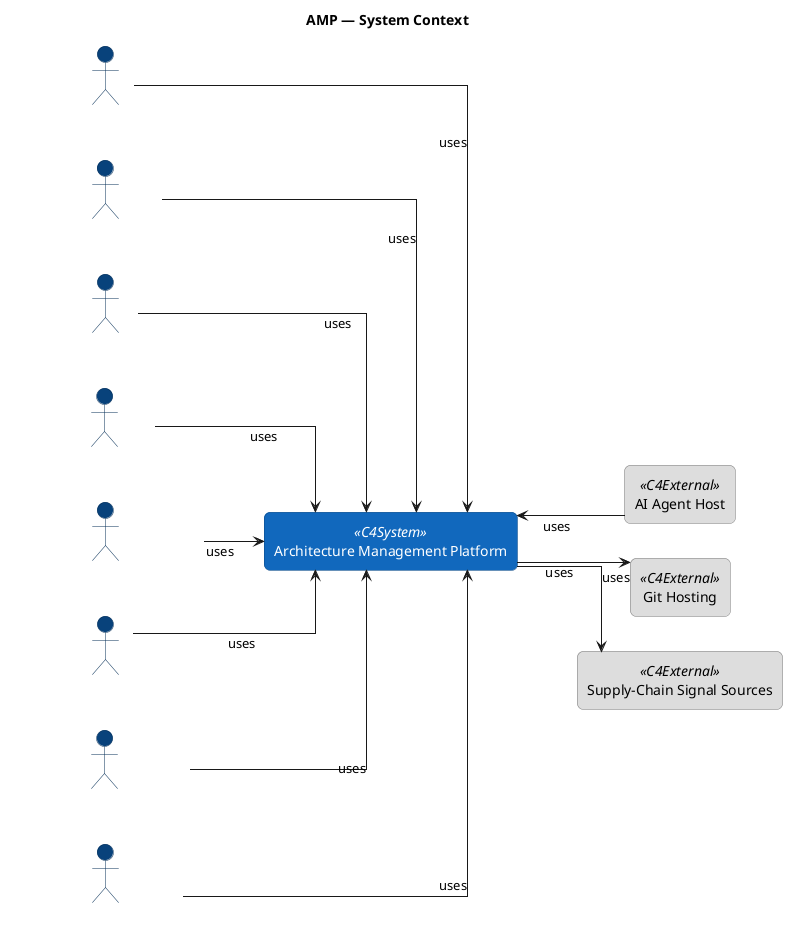
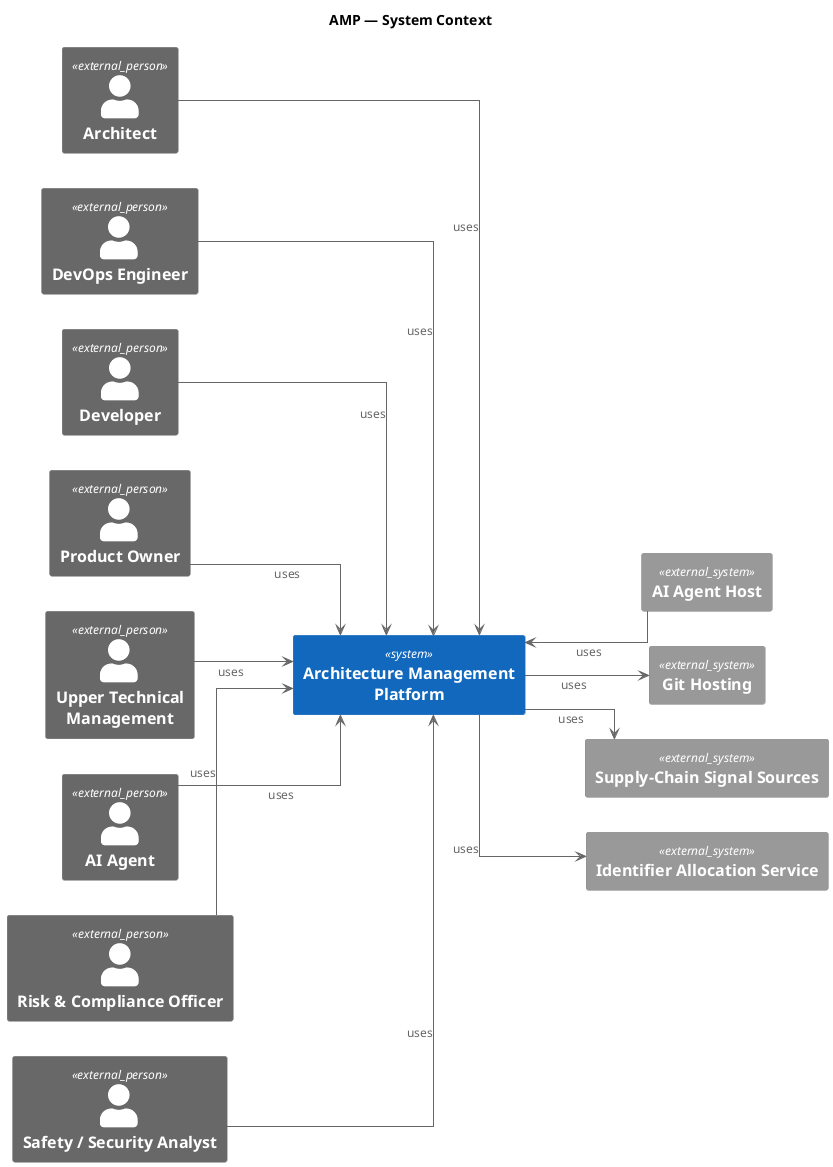
---
artifact-id: CSC@1780829783.z8RRON.amp-system-context
artifact-type: diagram
name: "AMP \u2014 System Context"
version: 0.1.0
status: draft
keywords:
- c4
- system-context
- amp
diagram-type: c4-system-context
entity-ids-used:
- ACT@1712870400.Nn7Oo7.architect
- ACT@1712870400.OLWiNc.devops-engineer
- ACT@1712870400.Pp8Qq8.developer
- ACT@1712870400.Rr9Ss9.product-owner
- ACT@1712870400.Ut1Vv1.upper-technical-management
- APP@1780783671.hkrdtm.architecture-management-platform
- APP@1780783991.v6AXNw.ai-agent-host
- APP@1780783992.Je9pmw.git-hosting
- APP@1780783993.JqIBPJ.supply-chain-signal-sources
- ROL@1776633082.udXPfB.ai-agent
- ROL@1780656241.abNYhO.risk-compliance-officer
- ROL@1780656241.yswDMB.safety-security-analyst
+ - APP@1781976554.AeU7V3.identifier-allocation-service
connection-ids-used:
- ACT@1712870400.Nn7Oo7.architect---APP@1776149382.lmO0mp.gui-authoring-tool@@archimate-association
- ACT@1712870400.OLWiNc.devops-engineer---APP@1712870400.kjC6ex.cli-tool@@archimate-association
- ACT@1712870400.Pp8Qq8.developer---APP@1712870400.kjC6ex.cli-tool@@archimate-association
- ACT@1712870400.Rr9Ss9.product-owner---APP@1776149382.lmO0mp.gui-authoring-tool@@archimate-association
- ACT@1712870400.Ut1Vv1.upper-technical-management---APP@1776149382.lmO0mp.gui-authoring-tool@@archimate-association
- APP@1780783991.v6AXNw.ai-agent-host---APP@1780783708.Ne0utf.architecture-mcp-read-bridge@@archimate-association
- APP@1780783991.v6AXNw.ai-agent-host---APP@1780783709.etTj9M.architecture-mcp-write-bridge@@archimate-association
- APP@1780783991.v6AXNw.ai-agent-host---APP@1780783710.iu_kKL.assurance-mcp-read-bridge@@archimate-association
- APP@1780783991.v6AXNw.ai-agent-host---APP@1780783711.js9xHR.assurance-mcp-write-bridge@@archimate-association
- APP@1780783992.Je9pmw.git-hosting---APP@1777293133.OYEmP1.architecture-backend@@archimate-serving
- APP@1780783992.Je9pmw.git-hosting---APP@1777293134.tY3JIK.git-sync-service@@archimate-serving
- APP@1780783993.JqIBPJ.supply-chain-signal-sources---APP@1777293133.OYEmP1.architecture-backend@@archimate-serving
- ROL@1776633082.udXPfB.ai-agent---APP@1780783708.Ne0utf.architecture-mcp-read-bridge@@archimate-association
- ROL@1780656241.abNYhO.risk-compliance-officer---APP@1780783710.iu_kKL.assurance-mcp-read-bridge@@archimate-association
- ROL@1780656241.yswDMB.safety-security-analyst---APP@1780783710.iu_kKL.assurance-mcp-read-bridge@@archimate-association
+ - APP@1780783993.JqIBPJ.supply-chain-signal-sources---APP@1780656431.e2zPs6.supply-chain-vulnerability-connector@@archimate-serving
+ - APP@1781976554.AeU7V3.identifier-allocation-service---APP@1776633697.SCKD2U.diagram-scaffolder@@archimate-serving
diagram-entities: {}
bindings:
- id: bind-scope
  subject:
    kind: diagram
  correspondence_kind: scoped-by
  target:
    entity_id: APP@1780783671.hkrdtm.architecture-management-platform
- last-updated: '2026-06-07'
+ last-updated: '2026-06-21'
---
@startuml amp---system-context
+ !include <C4/C4_Component>
left to right direction
skinparam shadowing false
skinparam linetype ortho
skinparam defaultTextAlignment center
skinparam wrapWidth 240
skinparam maxMessageSize 240
- skinparam rectangle {
-   RoundCorner 12
-   Padding 10
- }
- skinparam actor {
-   BackgroundColor #08427b
-   BorderColor #052e56
-   FontColor white
- }
- skinparam rectangle<<C4System>> {
-   BackgroundColor #1168bd
-   BorderColor #0b4884
-   FontColor white
- }
- skinparam rectangle<<C4Container>> {
-   BackgroundColor #438dd5
-   BorderColor #2f6da6
-   FontColor white
- }
- skinparam rectangle<<C4Component>> {
-   BackgroundColor #85bbf0
-   BorderColor #5e98c8
-   FontColor black
- }
- skinparam rectangle<<C4External>> {
-   BackgroundColor #dddddd
-   BorderColor #777777
-   FontColor black
- }

title AMP — System Context

- rectangle "Architecture Management Platform" <<C4System>> as APP_hkrdtm
+ System(APP_hkrdtm, "Architecture Management Platform")

- actor "Architect" as ACT_Nn7Oo7
- actor "DevOps Engineer" as ACT_OLWiNc
- actor "Developer" as ACT_Pp8Qq8
- actor "Product Owner" as ACT_Rr9Ss9
- actor "Upper Technical Management" as ACT_Ut1Vv1
- rectangle "AI Agent Host" <<C4External>> as APP_v6AXNw
- rectangle "Git Hosting" <<C4External>> as APP_Je9pmw
- rectangle "Supply-Chain Signal Sources" <<C4External>> as APP_JqIBPJ
- actor "AI Agent" as ROL_udXPfB
- actor "Risk & Compliance Officer" as ROL_abNYhO
- actor "Safety / Security Analyst" as ROL_yswDMB
+ Person_Ext(ACT_Nn7Oo7, "Architect")
+ Person_Ext(ACT_OLWiNc, "DevOps Engineer")
+ Person_Ext(ACT_Pp8Qq8, "Developer")
+ Person_Ext(ACT_Rr9Ss9, "Product Owner")
+ Person_Ext(ACT_Ut1Vv1, "Upper Technical Management")
+ System_Ext(APP_v6AXNw, "AI Agent Host")
+ System_Ext(APP_Je9pmw, "Git Hosting")
+ System_Ext(APP_JqIBPJ, "Supply-Chain Signal Sources")
+ System_Ext(APP_AeU7V3, "Identifier Allocation Service")
+ Person_Ext(ROL_udXPfB, "AI Agent")
+ Person_Ext(ROL_abNYhO, "Risk & Compliance Officer")
+ Person_Ext(ROL_yswDMB, "Safety / Security Analyst")

ACT_Nn7Oo7 -[hidden]right- ACT_OLWiNc
ACT_OLWiNc -[hidden]right- ACT_Pp8Qq8
ACT_Pp8Qq8 -[hidden]right- ACT_Rr9Ss9
ACT_Rr9Ss9 -[hidden]right- ACT_Ut1Vv1
ACT_Ut1Vv1 -[hidden]right- ROL_udXPfB
ROL_udXPfB -[hidden]right- ROL_abNYhO
ROL_abNYhO -[hidden]right- ROL_yswDMB
ROL_yswDMB -[hidden]right- APP_hkrdtm
APP_hkrdtm -[hidden]right- APP_v6AXNw
APP_v6AXNw -[hidden]right- APP_Je9pmw
APP_Je9pmw -[hidden]right- APP_JqIBPJ
+ APP_JqIBPJ -[hidden]right- APP_AeU7V3


ACT_Nn7Oo7 --> APP_hkrdtm : uses
ACT_OLWiNc --> APP_hkrdtm : uses
ACT_Pp8Qq8 --> APP_hkrdtm : uses
ACT_Rr9Ss9 --> APP_hkrdtm : uses
ACT_Ut1Vv1 --> APP_hkrdtm : uses
APP_v6AXNw --> APP_hkrdtm : uses
APP_hkrdtm --> APP_Je9pmw : uses
APP_hkrdtm --> APP_JqIBPJ : uses
+ APP_hkrdtm --> APP_AeU7V3 : uses
ROL_udXPfB --> APP_hkrdtm : uses
ROL_abNYhO --> APP_hkrdtm : uses
ROL_yswDMB --> APP_hkrdtm : uses
@enduml
